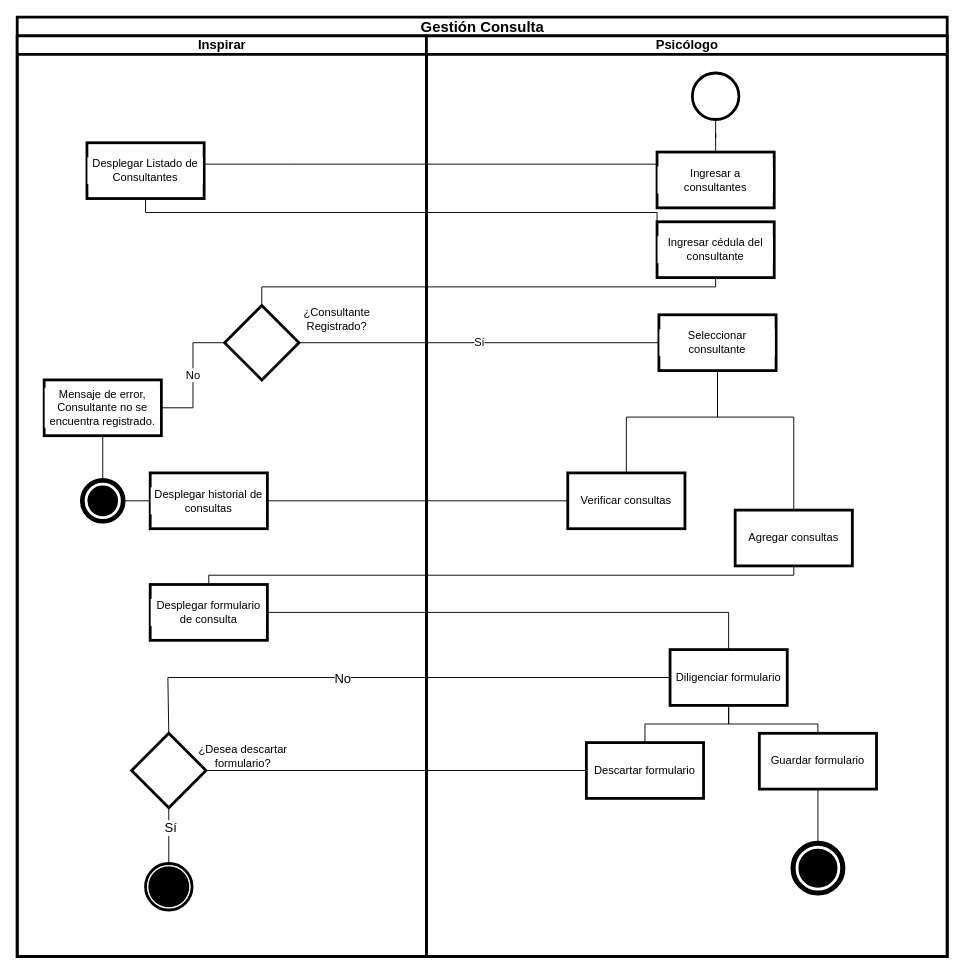
This is page "D. Actividades" (8 of 11) of Diagramas/Untitled Diagram.drawio from barloff2/Diagramas, a draw.io file, before an edit. Source tidied: cells renumbered, new cells numbered last; positions are measured from the earlier drawing's top-left corner, leaving out a move shared by most shapes. Both pictures are drawn from the tidied source at 93%, with x=0, y=0 at pixel (17, 17).
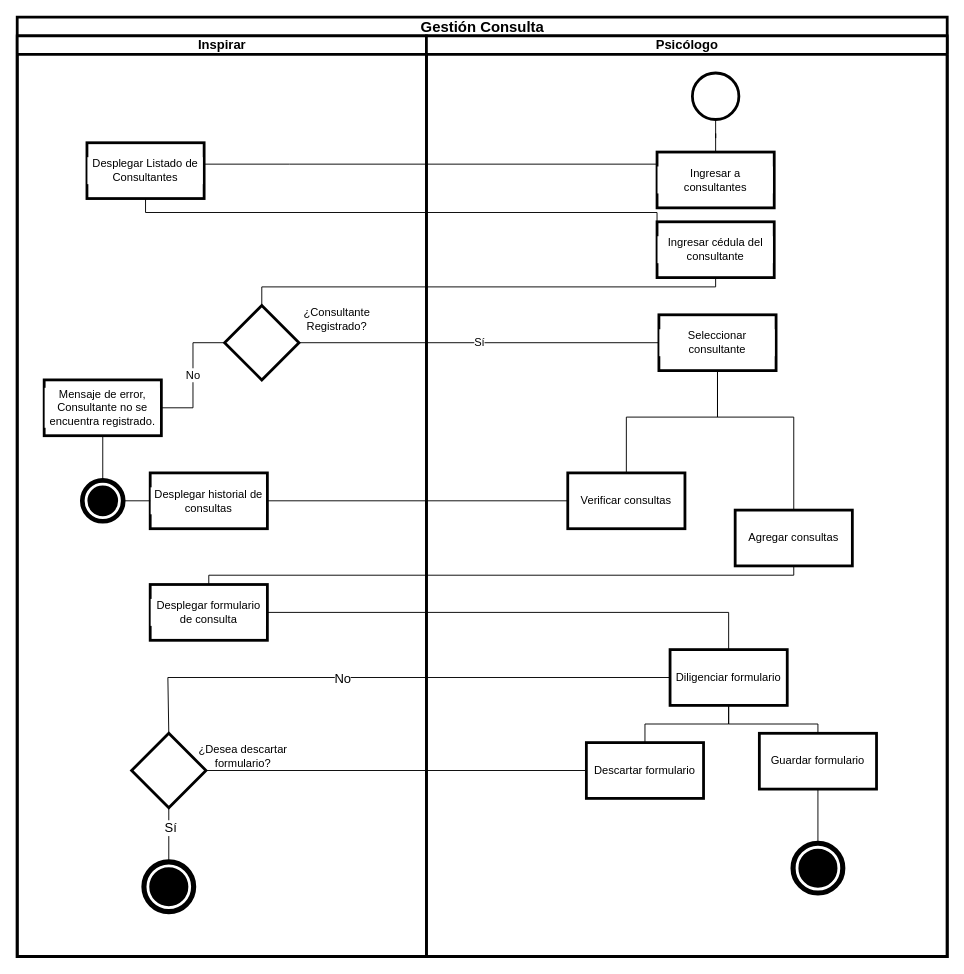
The same page after the edit.

Unchanged cells that the change refers to:
```xml
<mxCell id="9" value="Inspirar" style="swimlane;html=1;startSize=20;fontSize=14;strokeWidth=3;" parent="2" vertex="1">
  <mxGeometry y="20" width="440" height="990" as="geometry" />
</mxCell>
<mxCell id="20" style="rhombus;whiteSpace=wrap;html=1;verticalAlign=middle;labelBackgroundColor=#ffffff;strokeWidth=3;align=center;" parent="9" vertex="1">
  <mxGeometry x="123" y="750" width="80" height="80" as="geometry" />
</mxCell>
```

What changed in the source:
```diff
@@
-    <mxCell id="22" style="endArrow=none;html=1;rounded=0;fontSize=14;entryX=0.5;entryY=0;entryDx=0;entryDy=0;exitX=0.5;exitY=1;exitDx=0;exitDy=0;entryPerimeter=0;" parent="9" edge="1" source="20" target="25">
+    <mxCell id="22" style="endArrow=none;html=1;rounded=0;fontSize=14;exitX=0.5;exitY=1;exitDx=0;exitDy=0;" parent="9" edge="1" source="20" target="48">
       <mxGeometry relative="1" as="geometry" />
     </mxCell>
@@
-    <mxCell id="25" style="points=[[0.145,0.145,0],[0.5,0,0],[0.855,0.145,0],[1,0.5,0],[0.855,0.855,0],[0.5,1,0],[0.145,0.855,0],[0,0.5,0]];shape=mxgraph.bpmn.event;html=1;verticalLabelPosition=bottom;labelBackgroundColor=#ffffff;verticalAlign=top;align=center;perimeter=ellipsePerimeter;outlineConnect=0;outline=end;symbol=terminate;" parent="9" vertex="1">
-      <mxGeometry x="138" y="890" width="50" height="50" as="geometry" />
-    </mxCell>
+    <mxCell id="48" style="points=[[0.145,0.145,0],[0.5,0,0],[0.855,0.145,0],[1,0.5,0],[0.855,0.855,0],[0.5,1,0],[0.145,0.855,0],[0,0.5,0]];shape=mxgraph.bpmn.event;html=1;verticalLabelPosition=bottom;labelBackgroundColor=#ffffff;verticalAlign=top;align=center;perimeter=ellipsePerimeter;outlineConnect=0;outline=end;symbol=terminate;fontSize=14;strokeWidth=3;" parent="9" vertex="1">
+      <mxGeometry x="138" y="890" width="50" height="50" as="geometry" />
+    </mxCell>
```
